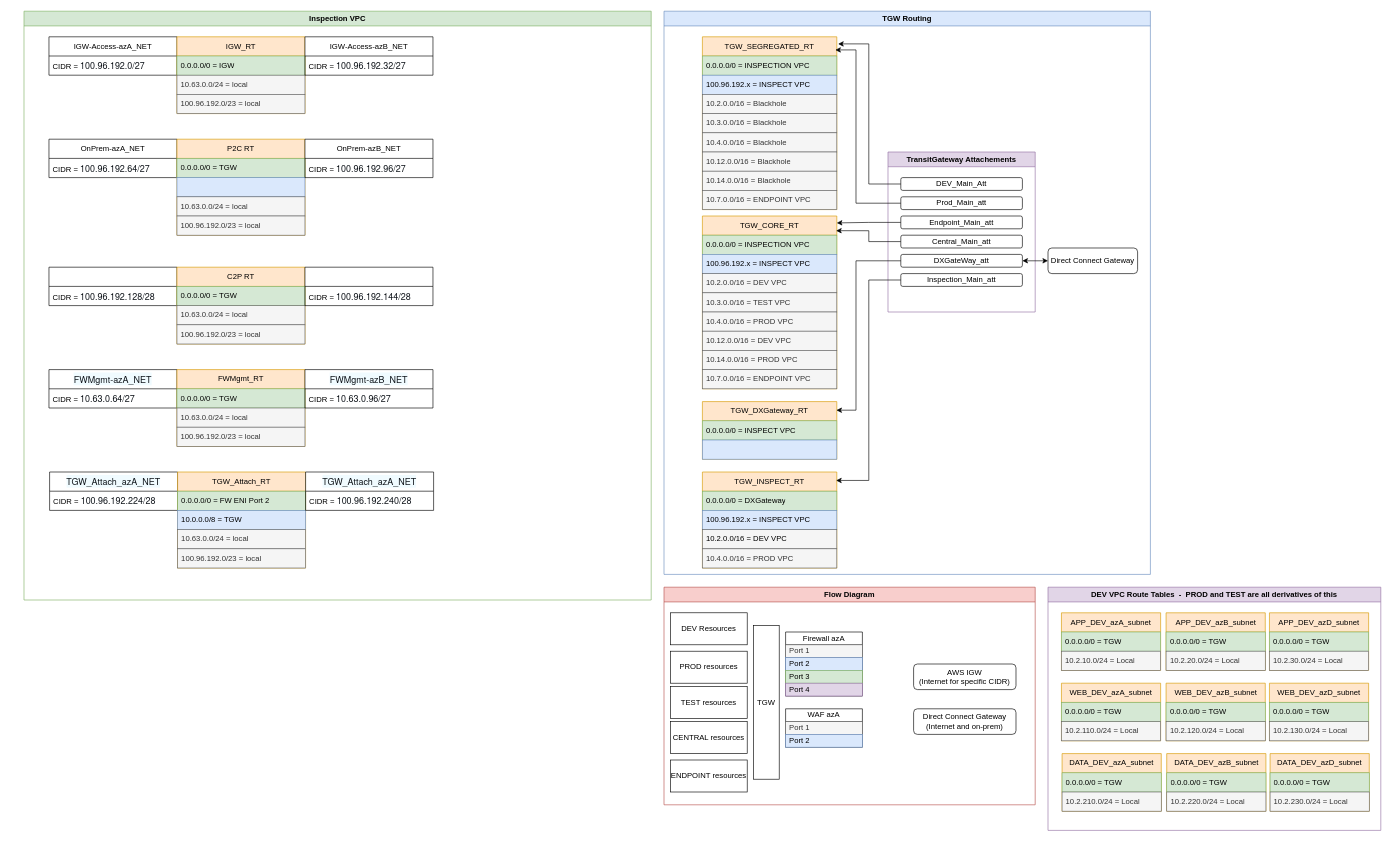
This is Inspection VPC Routing.drawio from XangoXCC/Drawio, a draw.io file, before an edit. Source tidied: cells renumbered, new cells numbered last; positions are measured from the earlier drawing's top-left corner, leaving out a move shared by most shapes. Both pictures are drawn from the tidied source at 64%, with x=0, y=0 at pixel (24, 11).
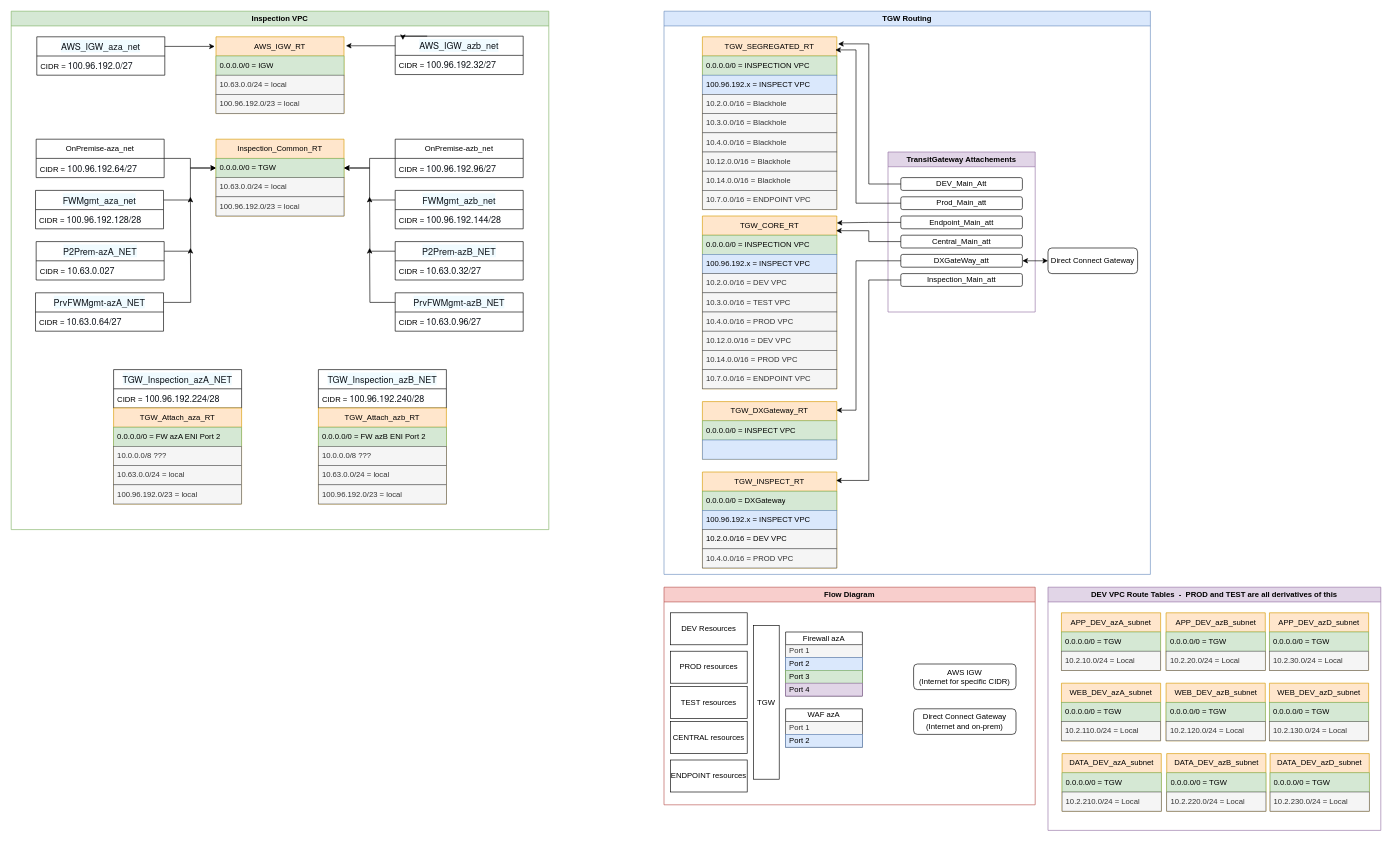
The same page after the edit.

Unchanged cells that the change refers to:
```xml
<mxCell id="20" value="0.0.0.0/0 = TGW" style="text;strokeColor=#82b366;fillColor=#d5e8d4;align=left;verticalAlign=middle;spacingLeft=4;spacingRight=4;overflow=hidden;points=[[0,0.5],[1,0.5]];portConstraint=eastwest;whiteSpace=wrap;html=1;" parent="19" vertex="1">
  <mxGeometry y="30" width="200" height="30" as="geometry" />
</mxCell>
```

Change to the diagram source:
```diff
@@
     <mxCell id="2" value="Inspection VPC" style="swimlane;whiteSpace=wrap;html=1;fillColor=#d5e8d4;strokeColor=#82b366;" parent="1" vertex="1">
-      <mxGeometry width="980" height="920" as="geometry" />
+      <mxGeometry x="-20" width="840" height="810" as="geometry" />
     </mxCell>
+    <mxCell id="132" style="edgeStyle=orthogonalEdgeStyle;rounded=0;jettySize=auto;html=1;entryX=0;entryY=0.5;entryDx=0;entryDy=0;" parent="2" edge="1" source="3" target="20">
+      <mxGeometry relative="1" as="geometry">
+        <Array as="points">
+          <mxPoint x="280" y="230" />
+          <mxPoint x="280" y="245" />
+        </Array>
+      </mxGeometry>
+    </mxCell>
-    <mxCell id="3" value="OnPrem-azA_NET" style="swimlane;fontStyle=0;horizontal=1;startSize=30;whiteSpace=wrap;html=1;" parent="2" vertex="1">
+    <mxCell id="3" value="OnPremise-aza_net" style="swimlane;fontStyle=0;horizontal=1;startSize=30;whiteSpace=wrap;html=1;" parent="2" vertex="1">
       <mxGeometry x="39" y="200" width="200" height="60" as="geometry" />
     </mxCell>
@@
-    <mxCell id="5" value="IGW-Access-azA_NET" style="swimlane;fontStyle=0;horizontal=1;startSize=30;whiteSpace=wrap;html=1;" parent="2" vertex="1">
-      <mxGeometry x="39" y="40" width="200" height="60" as="geometry" />
+    <mxCell id="5" value="&lt;span style=&quot;color: rgb(15, 20, 26); font-family: &amp;quot;Amazon Ember&amp;quot;, &amp;quot;Helvetica Neue&amp;quot;, Roboto, Arial, sans-serif; font-size: 14px; text-align: start; text-wrap-mode: nowrap; background-color: rgb(240, 251, 255);&quot;&gt;AWS_IGW_aza_net&lt;/span&gt;" style="swimlane;fontStyle=0;horizontal=1;startSize=30;whiteSpace=wrap;html=1;" parent="2" vertex="1">
+      <mxGeometry x="40" y="40" width="200" height="60" as="geometry" />
     </mxCell>
@@
-    <mxCell id="7" value="IGW_RT" style="swimlane;fontStyle=0;horizontal=1;startSize=30;whiteSpace=wrap;html=1;fillColor=#ffe6cc;strokeColor=#d79b00;" parent="2" vertex="1">
-      <mxGeometry x="239" y="40" width="200" height="120" as="geometry" />
+    <mxCell id="7" value="AWS_IGW&lt;span style=&quot;background-color: transparent; color: light-dark(rgb(0, 0, 0), rgb(255, 255, 255));&quot;&gt;_RT&lt;/span&gt;" style="swimlane;fontStyle=0;horizontal=1;startSize=30;whiteSpace=wrap;html=1;fillColor=#ffe6cc;strokeColor=#d79b00;" parent="2" vertex="1">
+      <mxGeometry x="320" y="40" width="200" height="120" as="geometry" />
     </mxCell>
@@
+    <mxCell id="133" style="edgeStyle=orthogonalEdgeStyle;rounded=0;jettySize=auto;html=1;exitX=1;exitY=0.25;exitDx=0;exitDy=0;" parent="2" edge="1" source="11">
+      <mxGeometry relative="1" as="geometry">
+        <mxPoint x="280" y="370" as="targetPoint" />
+      </mxGeometry>
+    </mxCell>
-    <mxCell id="11" value="&lt;span style=&quot;color: rgb(15, 20, 26); font-family: &amp;quot;Amazon Ember&amp;quot;, &amp;quot;Helvetica Neue&amp;quot;, Roboto, Arial, sans-serif; font-size: 14px; text-align: start; text-wrap-mode: nowrap; background-color: rgb(240, 251, 255);&quot;&gt;FWMgmt-azA_NET&lt;/span&gt;" style="swimlane;fontStyle=0;horizontal=1;startSize=30;whiteSpace=wrap;html=1;" parent="2" vertex="1">
-      <mxGeometry x="39" y="560" width="200" height="60" as="geometry" />
+    <mxCell id="11" value="&lt;span style=&quot;color: rgb(15, 20, 26); font-family: &amp;quot;Amazon Ember&amp;quot;, &amp;quot;Helvetica Neue&amp;quot;, Roboto, Arial, sans-serif; font-size: 14px; text-align: start; text-wrap-mode: nowrap; background-color: rgb(240, 251, 255);&quot;&gt;PrvFWMgmt-azA_NET&lt;/span&gt;" style="swimlane;fontStyle=0;horizontal=1;startSize=30;whiteSpace=wrap;html=1;" parent="2" vertex="1">
+      <mxGeometry x="38" y="440" width="200" height="60" as="geometry" />
     </mxCell>
@@
-    <mxCell id="13" value="FWMgmt_RT" style="swimlane;fontStyle=0;horizontal=1;startSize=30;whiteSpace=wrap;html=1;fillColor=#ffe6cc;strokeColor=#d79b00;" parent="2" vertex="1">
-      <mxGeometry x="239" y="560" width="200" height="120" as="geometry" />
-    </mxCell>
-    <mxCell id="14" value="0.0.0.0/0 = TGW" style="text;strokeColor=#82b366;fillColor=#d5e8d4;align=left;verticalAlign=middle;spacingLeft=4;spacingRight=4;overflow=hidden;whiteSpace=wrap;html=1;" parent="13" vertex="1">
-      <mxGeometry y="30" width="200" height="30" as="geometry" />
-    </mxCell>
-    <mxCell id="15" value="10.63.0.0/24 = local" style="text;strokeColor=#666666;fillColor=#f5f5f5;align=left;verticalAlign=middle;spacingLeft=4;spacingRight=4;overflow=hidden;whiteSpace=wrap;html=1;fontColor=#333333;" parent="13" vertex="1">
-      <mxGeometry y="60" width="200" height="30" as="geometry" />
-    </mxCell>
-    <mxCell id="16" value="100.96.192.0/23 = local" style="text;strokeColor=#666666;fillColor=#f5f5f5;align=left;verticalAlign=middle;spacingLeft=4;spacingRight=4;overflow=hidden;whiteSpace=wrap;html=1;fontColor=#333333;" parent="13" vertex="1">
-      <mxGeometry y="90" width="200" height="30" as="geometry" />
-    </mxCell>
+    <mxCell id="134" style="edgeStyle=orthogonalEdgeStyle;rounded=0;jettySize=auto;html=1;exitX=1;exitY=0.25;exitDx=0;exitDy=0;entryX=0;entryY=0.5;entryDx=0;entryDy=0;" parent="2" edge="1" source="17" target="20">
+      <mxGeometry relative="1" as="geometry">
+        <Array as="points">
+          <mxPoint x="280" y="295" />
+          <mxPoint x="280" y="245" />
+        </Array>
+      </mxGeometry>
+    </mxCell>
-    <mxCell id="17" style="swimlane;fontStyle=0;horizontal=1;startSize=30;whiteSpace=wrap;html=1;" parent="2" vertex="1">
-      <mxGeometry x="39" y="400" width="200" height="60" as="geometry" />
+    <mxCell id="17" value="&lt;span style=&quot;color: rgb(15, 20, 26); font-family: &amp;quot;Amazon Ember&amp;quot;, &amp;quot;Helvetica Neue&amp;quot;, Roboto, Arial, sans-serif; font-size: 14px; text-align: start; text-wrap-mode: nowrap; background-color: rgb(240, 251, 255);&quot;&gt;FWMgmt_aza_net&lt;/span&gt;" style="swimlane;fontStyle=0;horizontal=1;startSize=30;whiteSpace=wrap;html=1;" parent="2" vertex="1">
+      <mxGeometry x="38" y="280" width="200" height="60" as="geometry" />
     </mxCell>
@@
-    <mxCell id="19" value="P2C RT" style="swimlane;fontStyle=0;horizontal=1;startSize=30;whiteSpace=wrap;html=1;fillColor=#ffe6cc;strokeColor=#d79b00;" parent="2" vertex="1">
-      <mxGeometry x="239" y="200" width="200" height="150" as="geometry" />
+    <mxCell id="19" value="Inspection_Common_RT" style="swimlane;fontStyle=0;horizontal=1;startSize=30;whiteSpace=wrap;html=1;fillColor=#ffe6cc;strokeColor=#d79b00;" parent="2" vertex="1">
+      <mxGeometry x="320" y="200" width="200" height="120" as="geometry" />
     </mxCell>
@@
-    <mxCell id="21" style="text;strokeColor=#6c8ebf;fillColor=#dae8fc;align=left;verticalAlign=middle;spacingLeft=4;spacingRight=4;overflow=hidden;whiteSpace=wrap;html=1;" parent="19" vertex="1">
-      <mxGeometry y="60" width="200" height="30" as="geometry" />
-    </mxCell>
     <mxCell id="22" value="10.63.0.0/24 = local" style="text;strokeColor=#666666;fillColor=#f5f5f5;align=left;verticalAlign=middle;spacingLeft=4;spacingRight=4;overflow=hidden;whiteSpace=wrap;html=1;fontColor=#333333;" parent="19" vertex="1">
-      <mxGeometry y="90" width="200" height="30" as="geometry" />
+      <mxGeometry y="60" width="200" height="30" as="geometry" />
     </mxCell>
     <mxCell id="23" value="100.96.192.0/23 = local" style="text;strokeColor=#666666;fillColor=#f5f5f5;align=left;verticalAlign=middle;spacingLeft=4;spacingRight=4;overflow=hidden;whiteSpace=wrap;html=1;fontColor=#333333;" parent="19" vertex="1">
-      <mxGeometry y="120" width="200" height="30" as="geometry" />
+      <mxGeometry y="90" width="200" height="30" as="geometry" />
     </mxCell>
-    <mxCell id="24" value="IGW-Access-azB_NET" style="swimlane;fontStyle=0;horizontal=1;startSize=30;whiteSpace=wrap;html=1;" parent="2" vertex="1">
-      <mxGeometry x="439" y="40" width="200" height="60" as="geometry" />
+    <mxCell id="24" value="&lt;span style=&quot;color: rgb(15, 20, 26); font-family: &amp;quot;Amazon Ember&amp;quot;, &amp;quot;Helvetica Neue&amp;quot;, Roboto, Arial, sans-serif; font-size: 14px; text-align: start; text-wrap-mode: nowrap; background-color: rgb(240, 251, 255);&quot;&gt;AWS_IGW_azb_net&lt;/span&gt;" style="swimlane;fontStyle=0;horizontal=1;startSize=30;whiteSpace=wrap;html=1;" parent="2" vertex="1">
+      <mxGeometry x="600" y="39" width="200" height="60" as="geometry" />
     </mxCell>
@@
+    <mxCell id="135" style="edgeStyle=orthogonalEdgeStyle;rounded=0;jettySize=auto;html=1;entryX=1;entryY=0.5;entryDx=0;entryDy=0;" parent="2" edge="1" source="26" target="20">
+      <mxGeometry relative="1" as="geometry" />
+    </mxCell>
-    <mxCell id="26" value="OnPrem-azB_NET" style="swimlane;fontStyle=0;horizontal=1;startSize=30;whiteSpace=wrap;html=1;" parent="2" vertex="1">
-      <mxGeometry x="439" y="200" width="200" height="60" as="geometry" />
+    <mxCell id="26" value="OnPremise-azb_net" style="swimlane;fontStyle=0;horizontal=1;startSize=30;whiteSpace=wrap;html=1;" parent="2" vertex="1">
+      <mxGeometry x="600" y="200" width="200" height="60" as="geometry" />
     </mxCell>
@@
-    <mxCell id="28" value="C2P RT" style="swimlane;fontStyle=0;horizontal=1;startSize=30;whiteSpace=wrap;html=1;fillColor=#ffe6cc;strokeColor=#d79b00;" parent="2" vertex="1">
-      <mxGeometry x="239" y="400" width="200" height="120" as="geometry" />
-    </mxCell>
-    <mxCell id="29" value="0.0.0.0/0 = TGW" style="text;strokeColor=#82b366;fillColor=#d5e8d4;align=left;verticalAlign=middle;spacingLeft=4;spacingRight=4;overflow=hidden;whiteSpace=wrap;html=1;" parent="28" vertex="1">
-      <mxGeometry y="30" width="200" height="30" as="geometry" />
-    </mxCell>
-    <mxCell id="30" value="10.63.0.0/24 = local" style="text;strokeColor=#666666;fillColor=#f5f5f5;align=left;verticalAlign=middle;spacingLeft=4;spacingRight=4;overflow=hidden;whiteSpace=wrap;html=1;fontColor=#333333;" parent="28" vertex="1">
-      <mxGeometry y="60" width="200" height="30" as="geometry" />
-    </mxCell>
-    <mxCell id="31" value="100.96.192.0/23 = local" style="text;strokeColor=#666666;fillColor=#f5f5f5;align=left;verticalAlign=middle;spacingLeft=4;spacingRight=4;overflow=hidden;whiteSpace=wrap;html=1;fontColor=#333333;" parent="28" vertex="1">
-      <mxGeometry y="90" width="200" height="30" as="geometry" />
-    </mxCell>
+    <mxCell id="136" style="edgeStyle=orthogonalEdgeStyle;rounded=0;jettySize=auto;html=1;exitX=0;exitY=0.25;exitDx=0;exitDy=0;" parent="2" edge="1" source="32" target="20">
+      <mxGeometry relative="1" as="geometry">
+        <Array as="points">
+          <mxPoint x="560" y="295" />
+          <mxPoint x="560" y="245" />
+        </Array>
+      </mxGeometry>
+    </mxCell>
-    <mxCell id="32" style="swimlane;fontStyle=0;horizontal=1;startSize=30;whiteSpace=wrap;html=1;" parent="2" vertex="1">
-      <mxGeometry x="439" y="400" width="200" height="60" as="geometry" />
+    <mxCell id="32" value="&lt;span style=&quot;color: rgb(15, 20, 26); font-family: &amp;quot;Amazon Ember&amp;quot;, &amp;quot;Helvetica Neue&amp;quot;, Roboto, Arial, sans-serif; font-size: 14px; text-align: start; text-wrap-mode: nowrap; background-color: rgb(240, 251, 255);&quot;&gt;FWMgmt_azb_net&lt;/span&gt;" style="swimlane;fontStyle=0;horizontal=1;startSize=30;whiteSpace=wrap;html=1;" parent="2" vertex="1">
+      <mxGeometry x="600" y="280" width="200" height="60" as="geometry" />
     </mxCell>
@@
+    <mxCell id="137" style="edgeStyle=orthogonalEdgeStyle;rounded=0;jettySize=auto;html=1;exitX=0;exitY=0.25;exitDx=0;exitDy=0;" parent="2" edge="1" source="34">
+      <mxGeometry relative="1" as="geometry">
+        <mxPoint x="560" y="370" as="targetPoint" />
+      </mxGeometry>
+    </mxCell>
-    <mxCell id="34" value="&lt;span style=&quot;color: rgb(15, 20, 26); font-family: &amp;quot;Amazon Ember&amp;quot;, &amp;quot;Helvetica Neue&amp;quot;, Roboto, Arial, sans-serif; font-size: 14px; text-align: start; text-wrap-mode: nowrap; background-color: rgb(240, 251, 255);&quot;&gt;FWMgmt-azB_NET&lt;/span&gt;" style="swimlane;fontStyle=0;horizontal=1;startSize=30;whiteSpace=wrap;html=1;" parent="2" vertex="1">
-      <mxGeometry x="439" y="560" width="200" height="60" as="geometry" />
+    <mxCell id="34" value="&lt;span style=&quot;color: rgb(15, 20, 26); font-family: &amp;quot;Amazon Ember&amp;quot;, &amp;quot;Helvetica Neue&amp;quot;, Roboto, Arial, sans-serif; font-size: 14px; text-align: start; text-wrap-mode: nowrap; background-color: rgb(240, 251, 255);&quot;&gt;PrvFWMgmt-azB_NET&lt;/span&gt;" style="swimlane;fontStyle=0;horizontal=1;startSize=30;whiteSpace=wrap;html=1;" parent="2" vertex="1">
+      <mxGeometry x="600" y="440" width="200" height="60" as="geometry" />
     </mxCell>
@@
-    <mxCell id="36" value="&lt;span style=&quot;color: rgb(15, 20, 26); font-family: &amp;quot;Amazon Ember&amp;quot;, &amp;quot;Helvetica Neue&amp;quot;, Roboto, Arial, sans-serif; font-size: 14px; text-align: start; text-wrap-mode: nowrap; background-color: rgb(240, 251, 255);&quot;&gt;TGW_Attach_azA_NET&lt;/span&gt;" style="swimlane;fontStyle=0;horizontal=1;startSize=30;whiteSpace=wrap;html=1;" parent="2" vertex="1">
-      <mxGeometry x="40" y="720" width="200" height="60" as="geometry" />
+    <mxCell id="36" value="&lt;span style=&quot;color: rgb(15, 20, 26); font-family: &amp;quot;Amazon Ember&amp;quot;, &amp;quot;Helvetica Neue&amp;quot;, Roboto, Arial, sans-serif; font-size: 14px; text-align: start; text-wrap-mode: nowrap; background-color: rgb(240, 251, 255);&quot;&gt;TGW_Inspection_azA_NET&lt;/span&gt;" style="swimlane;fontStyle=0;horizontal=1;startSize=30;whiteSpace=wrap;html=1;" parent="2" vertex="1">
+      <mxGeometry x="160" y="560" width="200" height="60" as="geometry" />
     </mxCell>
@@
-    <mxCell id="38" value="TGW_Attach_RT" style="swimlane;fontStyle=0;horizontal=1;startSize=30;whiteSpace=wrap;html=1;fillColor=#ffe6cc;strokeColor=#d79b00;" parent="2" vertex="1">
-      <mxGeometry x="240" y="720" width="200" height="150" as="geometry" />
+    <mxCell id="38" value="TGW_Attach_aza_RT" style="swimlane;fontStyle=0;horizontal=1;startSize=30;whiteSpace=wrap;html=1;fillColor=#ffe6cc;strokeColor=#d79b00;" parent="2" vertex="1">
+      <mxGeometry x="160" y="620" width="200" height="150" as="geometry" />
     </mxCell>
-    <mxCell id="39" value="0.0.0.0/0 = FW ENI Port 2" style="text;strokeColor=#82b366;fillColor=#d5e8d4;align=left;verticalAlign=middle;spacingLeft=4;spacingRight=4;overflow=hidden;whiteSpace=wrap;html=1;" parent="38" vertex="1">
+    <mxCell id="39" value="0.0.0.0/0 = FW azA ENI Port 2" style="text;strokeColor=#82b366;fillColor=#d5e8d4;align=left;verticalAlign=middle;spacingLeft=4;spacingRight=4;overflow=hidden;whiteSpace=wrap;html=1;" parent="38" vertex="1">
       <mxGeometry y="30" width="200" height="30" as="geometry" />
     </mxCell>
-    <mxCell id="40" value="10.0.0.0/8 = TGW" style="text;strokeColor=#6c8ebf;fillColor=#dae8fc;align=left;verticalAlign=middle;spacingLeft=4;spacingRight=4;overflow=hidden;whiteSpace=wrap;html=1;" parent="38" vertex="1">
-      <mxGeometry y="60" width="200" height="30" as="geometry" />
-    </mxCell>
+    <mxCell id="138" value="10.0.0.0/8 ???" style="text;strokeColor=#666666;fillColor=#f5f5f5;align=left;verticalAlign=middle;spacingLeft=4;spacingRight=4;overflow=hidden;whiteSpace=wrap;html=1;fontColor=#333333;" parent="38" vertex="1">
+      <mxGeometry y="60" width="200" height="30" as="geometry" />
+    </mxCell>
@@
-    <mxCell id="43" value="&lt;span style=&quot;color: rgb(15, 20, 26); font-family: &amp;quot;Amazon Ember&amp;quot;, &amp;quot;Helvetica Neue&amp;quot;, Roboto, Arial, sans-serif; font-size: 14px; text-align: start; text-wrap-mode: nowrap; background-color: rgb(240, 251, 255);&quot;&gt;TGW_Attach_azA_NET&lt;/span&gt;" style="swimlane;fontStyle=0;horizontal=1;startSize=30;whiteSpace=wrap;html=1;" parent="2" vertex="1">
-      <mxGeometry x="440" y="720" width="200" height="60" as="geometry" />
+    <mxCell id="43" value="&lt;span style=&quot;color: rgb(15, 20, 26); font-family: &amp;quot;Amazon Ember&amp;quot;, &amp;quot;Helvetica Neue&amp;quot;, Roboto, Arial, sans-serif; font-size: 14px; text-align: start; text-wrap-mode: nowrap; background-color: rgb(240, 251, 255);&quot;&gt;TGW_Inspection_azB_NET&lt;/span&gt;" style="swimlane;fontStyle=0;horizontal=1;startSize=30;whiteSpace=wrap;html=1;" parent="2" vertex="1">
+      <mxGeometry x="480" y="560" width="200" height="60" as="geometry" />
     </mxCell>
@@
+    <mxCell id="139" style="edgeStyle=orthogonalEdgeStyle;rounded=0;orthogonalLoop=1;jettySize=auto;html=1;exitX=0.25;exitY=0;exitDx=0;exitDy=0;entryX=0.06;entryY=0.1;entryDx=0;entryDy=0;entryPerimeter=0;" parent="2" edge="1" source="24" target="24">
+      <mxGeometry relative="1" as="geometry" />
+    </mxCell>
+    <mxCell id="140" style="edgeStyle=orthogonalEdgeStyle;rounded=0;jettySize=auto;html=1;exitX=1;exitY=0.25;exitDx=0;exitDy=0;entryX=-0.01;entryY=0.125;entryDx=0;entryDy=0;entryPerimeter=0;" parent="2" edge="1" source="5" target="7">
+      <mxGeometry relative="1" as="geometry" />
+    </mxCell>
+    <mxCell id="141" style="edgeStyle=orthogonalEdgeStyle;rounded=0;jettySize=auto;html=1;exitX=0;exitY=0.25;exitDx=0;exitDy=0;entryX=1.015;entryY=0.117;entryDx=0;entryDy=0;entryPerimeter=0;" parent="2" edge="1" source="24" target="7">
+      <mxGeometry relative="1" as="geometry" />
+    </mxCell>
+    <mxCell id="142" style="edgeStyle=orthogonalEdgeStyle;rounded=0;jettySize=auto;html=1;exitX=1;exitY=0.25;exitDx=0;exitDy=0;" parent="2" edge="1" source="143">
+      <mxGeometry relative="1" as="geometry">
+        <mxPoint x="280" y="290" as="targetPoint" />
+      </mxGeometry>
+    </mxCell>
+    <mxCell id="143" value="&lt;span style=&quot;color: rgb(15, 20, 26); font-family: &amp;quot;Amazon Ember&amp;quot;, &amp;quot;Helvetica Neue&amp;quot;, Roboto, Arial, sans-serif; font-size: 14px; text-align: start; text-wrap-mode: nowrap; background-color: rgb(240, 251, 255);&quot;&gt;P2Prem-azA_NET&lt;/span&gt;" style="swimlane;fontStyle=0;horizontal=1;startSize=30;whiteSpace=wrap;html=1;" parent="2" vertex="1">
+      <mxGeometry x="39" y="360" width="200" height="60" as="geometry" />
+    </mxCell>
+    <mxCell id="144" value="CIDR =&amp;nbsp;&lt;span style=&quot;color: rgb(15, 20, 26); font-family: &amp;quot;Amazon Ember&amp;quot;, &amp;quot;Helvetica Neue&amp;quot;, Roboto, Arial, sans-serif; font-size: 14px; background-color: rgb(255, 255, 255);&quot;&gt;10.63.0.027&lt;/span&gt;" style="text;strokeColor=none;fillColor=none;align=left;verticalAlign=middle;spacingLeft=4;spacingRight=4;overflow=hidden;whiteSpace=wrap;html=1;" parent="143" vertex="1">
+      <mxGeometry y="30" width="200" height="30" as="geometry" />
+    </mxCell>
+    <mxCell id="145" style="edgeStyle=orthogonalEdgeStyle;rounded=0;jettySize=auto;html=1;exitX=0;exitY=0.25;exitDx=0;exitDy=0;" parent="2" edge="1" source="146">
+      <mxGeometry relative="1" as="geometry">
+        <mxPoint x="560" y="290" as="targetPoint" />
+      </mxGeometry>
+    </mxCell>
+    <mxCell id="146" value="&lt;span style=&quot;color: rgb(15, 20, 26); font-family: &amp;quot;Amazon Ember&amp;quot;, &amp;quot;Helvetica Neue&amp;quot;, Roboto, Arial, sans-serif; font-size: 14px; text-align: start; text-wrap-mode: nowrap; background-color: rgb(240, 251, 255);&quot;&gt;P2Prem-azB_NET&lt;/span&gt;" style="swimlane;fontStyle=0;horizontal=1;startSize=30;whiteSpace=wrap;html=1;" parent="2" vertex="1">
+      <mxGeometry x="600" y="360" width="200" height="60" as="geometry" />
+    </mxCell>
+    <mxCell id="147" value="CIDR =&amp;nbsp;&lt;span style=&quot;color: rgb(15, 20, 26); font-family: &amp;quot;Amazon Ember&amp;quot;, &amp;quot;Helvetica Neue&amp;quot;, Roboto, Arial, sans-serif; font-size: 14px; background-color: rgb(255, 255, 255);&quot;&gt;10.63.0.32/27&lt;/span&gt;" style="text;strokeColor=none;fillColor=none;align=left;verticalAlign=middle;spacingLeft=4;spacingRight=4;overflow=hidden;whiteSpace=wrap;html=1;" parent="146" vertex="1">
+      <mxGeometry y="30" width="200" height="30" as="geometry" />
+    </mxCell>
+    <mxCell id="148" value="TGW_Attach_azb_RT" style="swimlane;fontStyle=0;horizontal=1;startSize=30;whiteSpace=wrap;html=1;fillColor=#ffe6cc;strokeColor=#d79b00;" parent="2" vertex="1">
+      <mxGeometry x="480" y="620" width="200" height="150" as="geometry" />
+    </mxCell>
+    <mxCell id="149" value="0.0.0.0/0 = FW azB ENI Port 2" style="text;strokeColor=#82b366;fillColor=#d5e8d4;align=left;verticalAlign=middle;spacingLeft=4;spacingRight=4;overflow=hidden;whiteSpace=wrap;html=1;" parent="148" vertex="1">
+      <mxGeometry y="30" width="200" height="30" as="geometry" />
+    </mxCell>
+    <mxCell id="150" value="10.0.0.0/8 ???" style="text;strokeColor=#666666;fillColor=#f5f5f5;align=left;verticalAlign=middle;spacingLeft=4;spacingRight=4;overflow=hidden;whiteSpace=wrap;html=1;fontColor=#333333;" parent="148" vertex="1">
+      <mxGeometry y="60" width="200" height="30" as="geometry" />
+    </mxCell>
+    <mxCell id="151" value="10.63.0.0/24 = local" style="text;strokeColor=#666666;fillColor=#f5f5f5;align=left;verticalAlign=middle;spacingLeft=4;spacingRight=4;overflow=hidden;whiteSpace=wrap;html=1;fontColor=#333333;" parent="148" vertex="1">
+      <mxGeometry y="90" width="200" height="30" as="geometry" />
+    </mxCell>
+    <mxCell id="152" value="100.96.192.0/23 = local" style="text;strokeColor=#666666;fillColor=#f5f5f5;align=left;verticalAlign=middle;spacingLeft=4;spacingRight=4;overflow=hidden;whiteSpace=wrap;html=1;fontColor=#333333;" parent="148" vertex="1">
+      <mxGeometry y="120" width="200" height="30" as="geometry" />
+    </mxCell>
```
